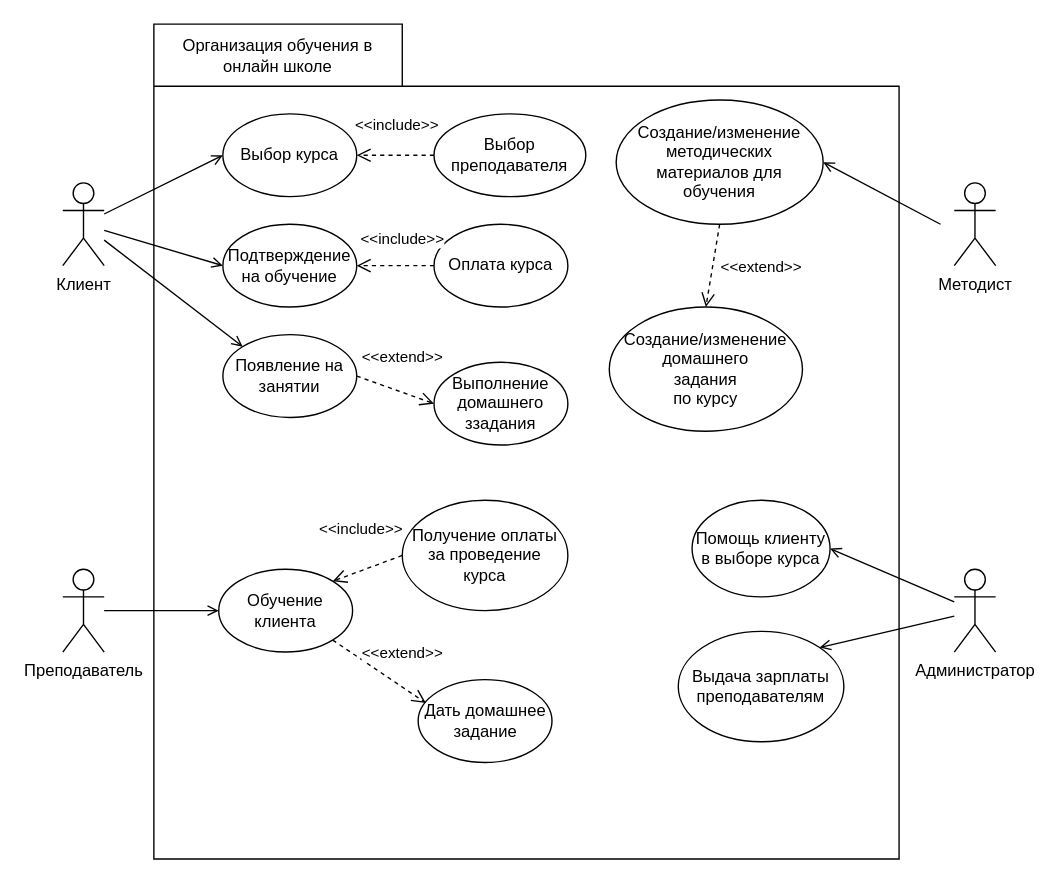
Before: OnlineSchool_Варианты_Использования.drawio in Deviky/FOREVASIAOD, a draw.io diagram. Source tidied: cells renumbered, new cells numbered last; positions are measured from the earlier drawing's top-left corner, leaving out a move shared by most shapes. Both pictures are drawn from the tidied source at 138%, with x=0, y=0 at pixel (62, 23).
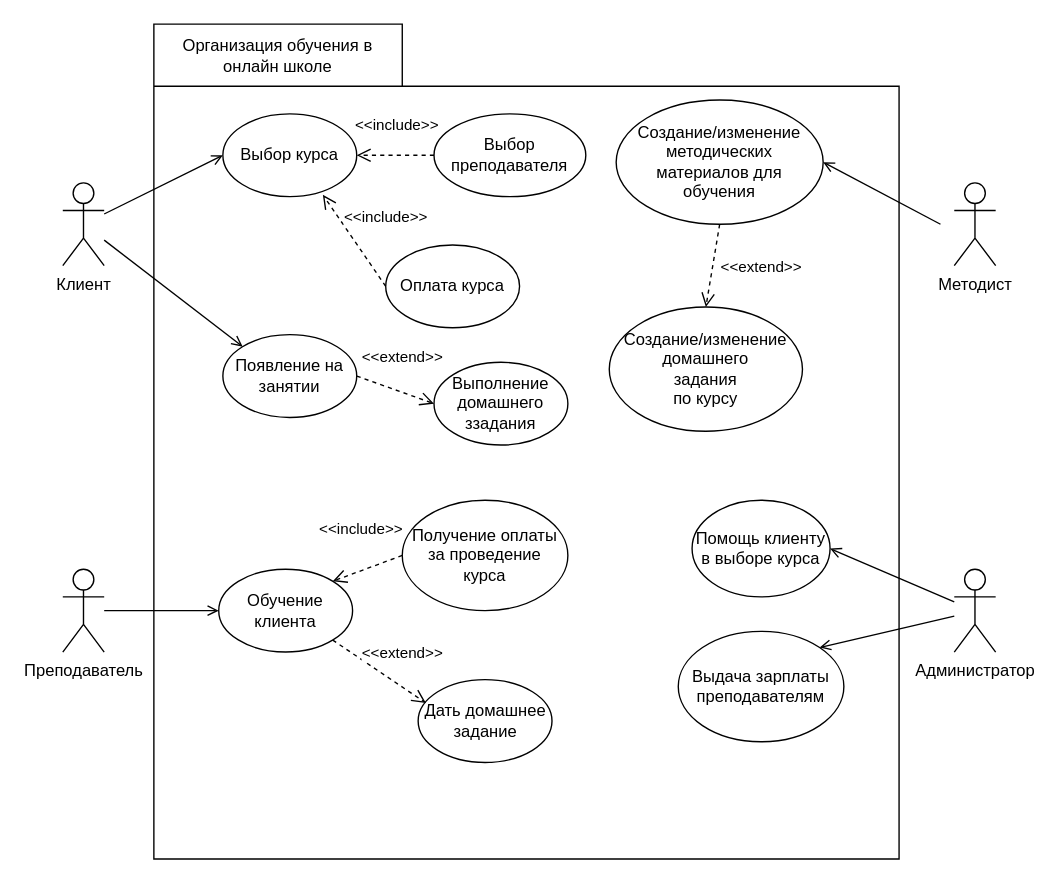
The same diagram, later.

Unchanged cells that the change refers to:
```xml
<mxCell id="4" value="Клиент" style="shape=umlActor;verticalLabelPosition=bottom;verticalAlign=top;html=1;outlineConnect=0;" parent="1" vertex="1">
  <mxGeometry y="115" width="30" height="60" as="geometry" />
</mxCell>
<mxCell id="9" value="Выбор курса" style="ellipse;whiteSpace=wrap;html=1;" parent="1" vertex="1">
  <mxGeometry x="116" y="65" width="97" height="60" as="geometry" />
</mxCell>
```

What changed in the source:
```diff
@@
     <mxCell id="12" value="Оплата курса" style="ellipse;whiteSpace=wrap;html=1;" parent="1" vertex="1">
-      <mxGeometry x="269" y="145" width="97" height="60" as="geometry" />
+      <mxGeometry x="234" y="160" width="97" height="60" as="geometry" />
     </mxCell>
-    <mxCell id="13" value="&amp;lt;&amp;lt;include&amp;gt;&amp;gt;" style="html=1;verticalAlign=bottom;endArrow=open;dashed=1;endSize=8;curved=0;rounded=0;exitX=0;exitY=0.5;exitDx=0;exitDy=0;entryX=1;entryY=0.5;entryDx=0;entryDy=0;endFill=0;" parent="1" edge="1" source="12" target="14">
-      <mxGeometry x="-0.18" y="-10" relative="1" as="geometry" />
+    <mxCell id="13" value="&amp;lt;&amp;lt;include&amp;gt;&amp;gt;" style="html=1;verticalAlign=bottom;endArrow=open;dashed=1;endSize=8;curved=0;rounded=0;exitX=0;exitY=0.5;exitDx=0;exitDy=0;entryX=0.747;entryY=0.978;entryDx=0;entryDy=0;endFill=0;entryPerimeter=0;" parent="1" edge="1" source="12" target="9">
+      <mxGeometry x="-0.16" y="-23" relative="1" as="geometry" />
     </mxCell>
-    <mxCell id="14" value="Подтверждение на обучение" style="ellipse;whiteSpace=wrap;html=1;" parent="1" vertex="1">
-      <mxGeometry x="116" y="145" width="97" height="60" as="geometry" />
-    </mxCell>
-    <mxCell id="15" style="rounded=0;jettySize=auto;html=1;entryX=0;entryY=0.5;entryDx=0;entryDy=0;endArrow=open;endFill=0;" parent="1" edge="1" source="4" target="14">
-      <mxGeometry relative="1" as="geometry" />
-    </mxCell>
```
